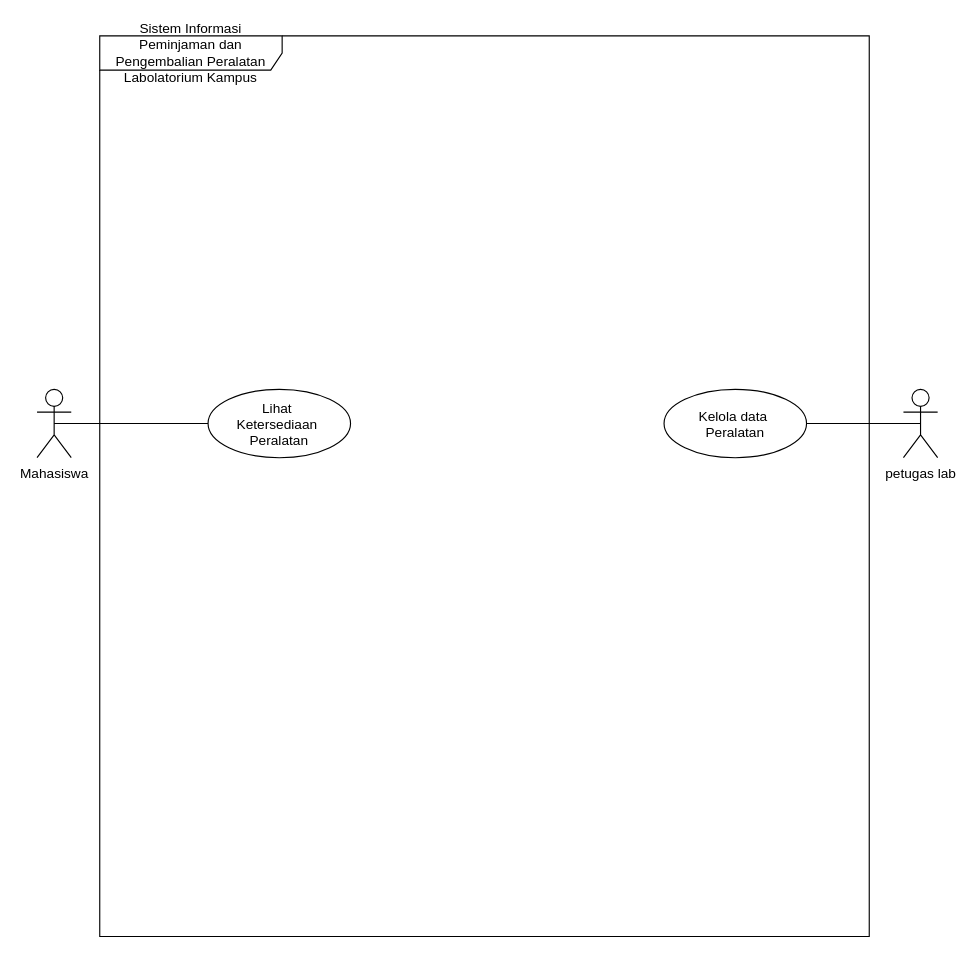
Earlier version of the draw.io diagram 03_latihan_tools/P02_2406103_LAB_notasi_usecase_v01.drawio (2406103-hub/IFRWP5149_2406103_LabAlat). Source tidied: cells renumbered, new cells numbered last; positions are measured from the earlier drawing's top-left corner, leaving out a move shared by most shapes. Both pictures are drawn from the tidied source at 114%, with x=0, y=0 at pixel (36, 35).
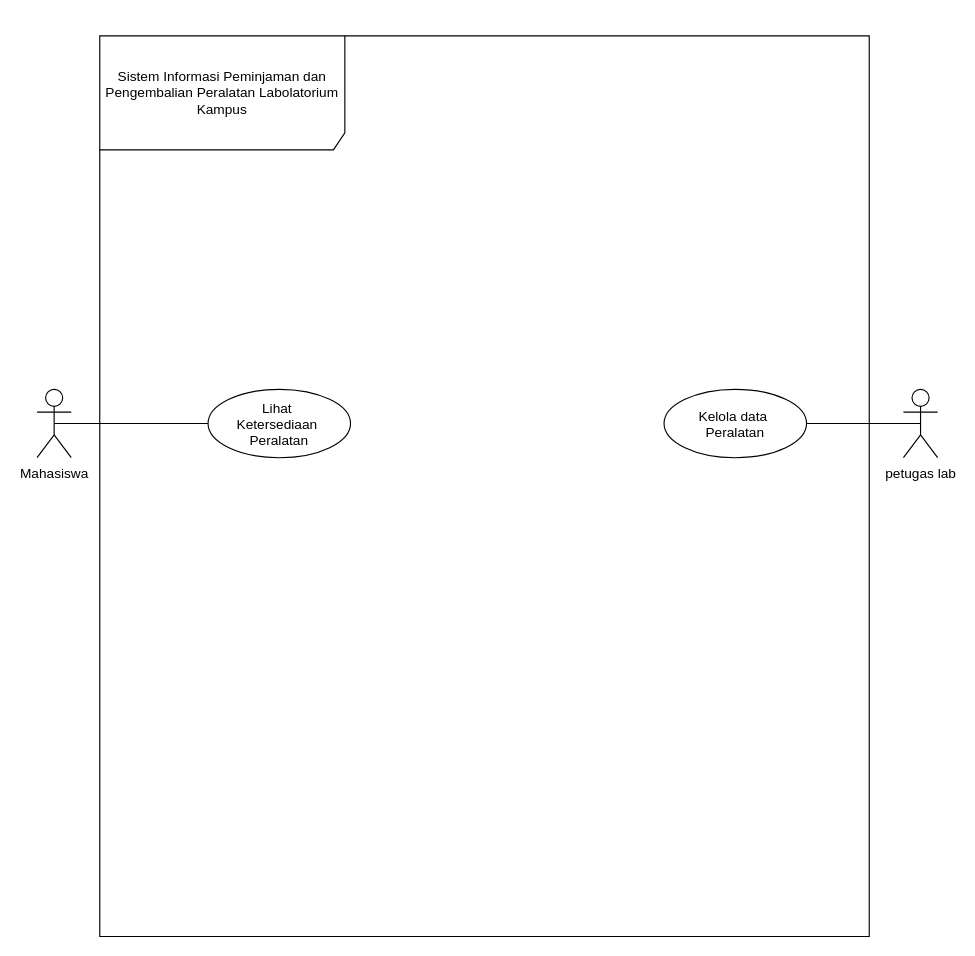
The same diagram, later.

Change to the diagram source:
```diff
@@
 <mxGraphModel>
   <root>
     <mxCell id="0" />
     <mxCell id="1" parent="0" />
-    <mxCell id="2" value="Sistem Informasi Peminjaman dan&lt;div&gt;Pengembalian Peralatan Labolatorium Kampus&lt;/div&gt;" style="shape=umlFrame;whiteSpace=wrap;html=1;width=160;" parent="1" vertex="1">
+    <mxCell id="2" value="Sistem Informasi Peminjaman dan&lt;div&gt;Pengembalian Peralatan Labolatorium Kampus&lt;/div&gt;" style="shape=umlFrame;whiteSpace=wrap;html=1;width=215;height=100;" parent="1" vertex="1">
       <mxGeometry x="55" width="675" height="790" as="geometry" />
     </mxCell>
     <mxCell id="3" value="Lihat &#10;Ketersediaan &#10;Peralatan" style="ellipse;" parent="2" vertex="1">
       <mxGeometry x="95" y="310" width="125" height="60" as="geometry" />
     </mxCell>
     <mxCell id="4" value="Kelola data &#10;Peralatan" style="ellipse;" parent="2" vertex="1">
       <mxGeometry x="495" y="310" width="125" height="60" as="geometry" />
     </mxCell>
     <mxCell id="5" style="edgeStyle=orthogonalEdgeStyle;rounded=0;jettySize=auto;html=1;exitX=0.5;exitY=0.5;exitDx=0;exitDy=0;exitPerimeter=0;endArrow=none;endFill=0;" parent="1" edge="1" source="6" target="4">
       <mxGeometry relative="1" as="geometry" />
     </mxCell>
     <mxCell id="6" value="petugas lab" style="shape=umlActor;verticalLabelPosition=bottom;verticalAlign=top;html=1;" parent="1" vertex="1">
       <mxGeometry x="760" y="310" width="30" height="60" as="geometry" />
     </mxCell>
     <mxCell id="7" style="edgeStyle=orthogonalEdgeStyle;rounded=0;jettySize=auto;html=1;exitX=0.5;exitY=0.5;exitDx=0;exitDy=0;exitPerimeter=0;endArrow=none;endFill=0;" parent="1" edge="1" source="8" target="3">
       <mxGeometry relative="1" as="geometry" />
     </mxCell>
     <mxCell id="8" value="Mahasiswa" style="shape=umlActor;verticalLabelPosition=bottom;verticalAlign=top;html=1;" parent="1" vertex="1">
       <mxGeometry y="310" width="30" height="60" as="geometry" />
     </mxCell>
   </root>
 </mxGraphModel>
```
